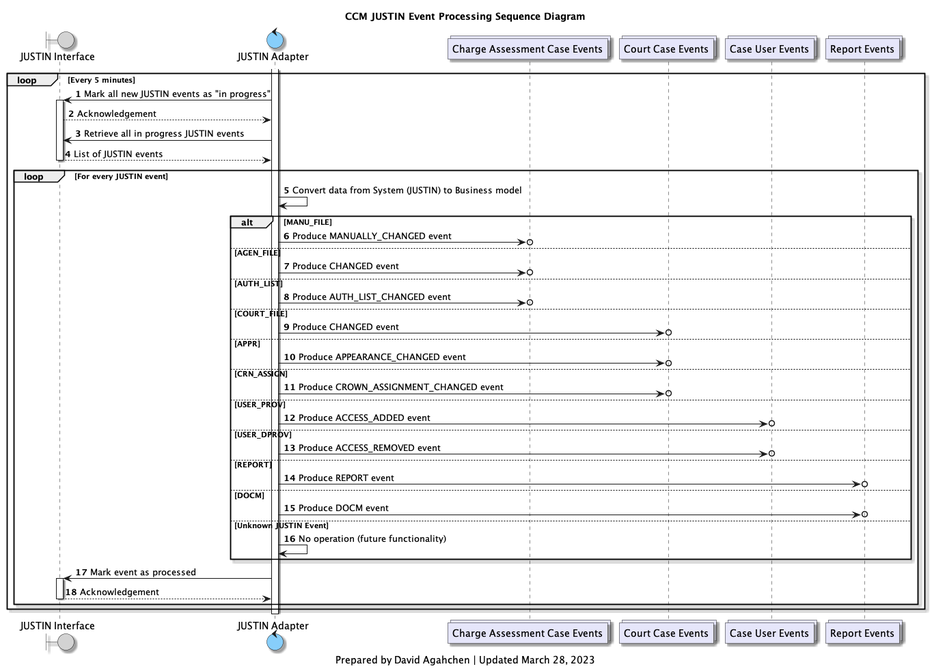
The PlantUML diagram diagrams/img/ccm_justin_event_processing_sequence_diagram.png in bcgov/jpss-jade-ccm, before a commit.
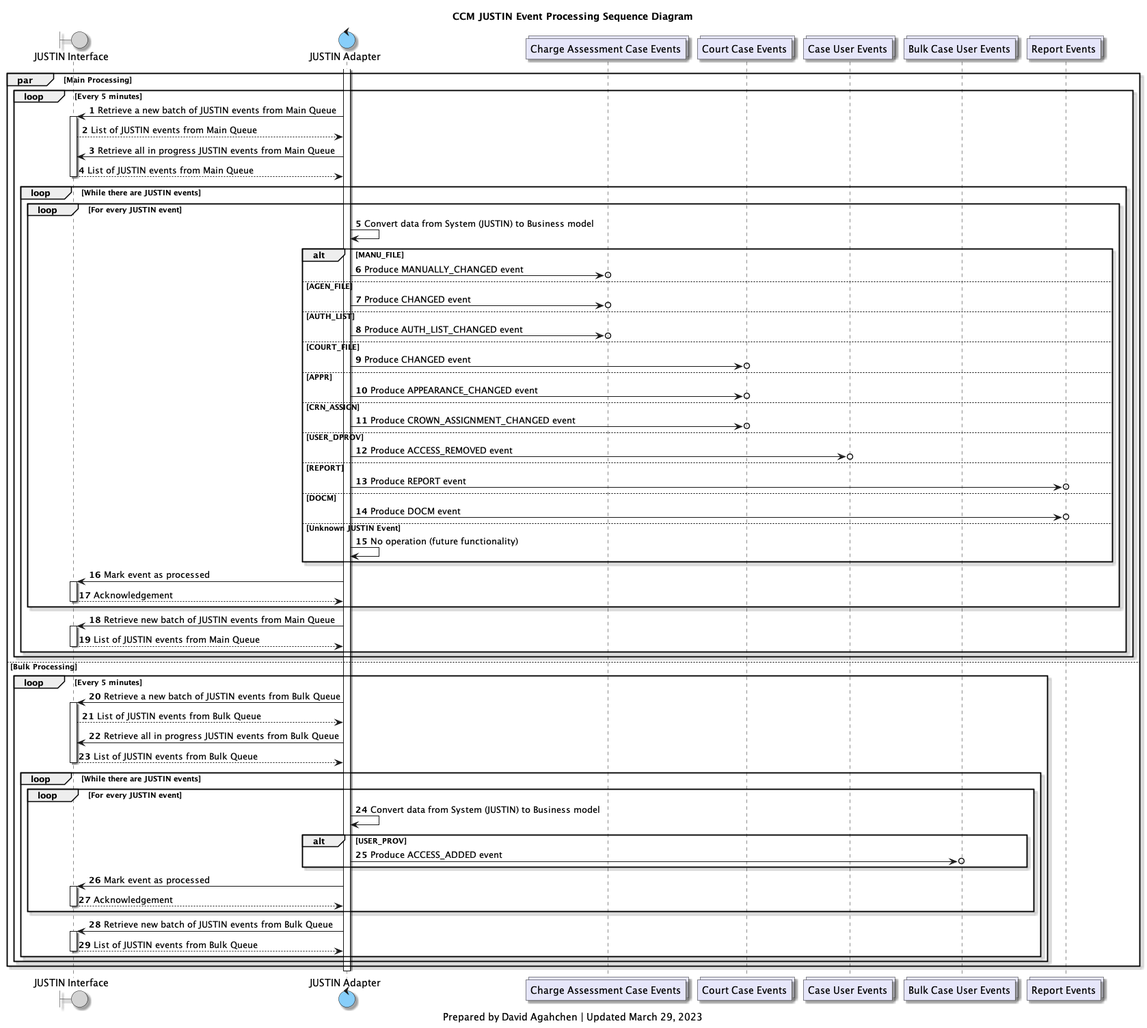
Above is the later version.

Diff of the diagram source:
```diff
@@ -11,6 +11,7 @@
 collections charge_assessment_cases_topic as "Charge Assessment Case Events"
 collections court_cases_topic as "Court Case Events"
 collections case_users_topic as "Case User Events"
+collections bulk_case_users_topic as "Bulk Case User Events"
 collections reports_topic as "Report Events"
 
 title
@@ -20,47 +21,87 @@
 autonumber
 
 activate j_adapter
-loop Every 5 minutes
-    j_adapter-> j_interface: Mark all new JUSTIN events as "in progress"
-    activate j_interface
-    j_interface --> j_adapter: Acknowledgement
-    j_adapter-> j_interface: Retrieve all in progress JUSTIN events
-    j_interface --> j_adapter: List of JUSTIN events
-    deactivate j_interface
-    loop For every JUSTIN event
-        j_adapter -> j_adapter: Convert data from System (JUSTIN) to Business model
-        alt MANU_FILE
-            j_adapter ->o charge_assessment_cases_topic: Produce MANUALLY_CHANGED event
-        else AGEN_FILE
-            j_adapter ->o charge_assessment_cases_topic: Produce CHANGED event
-        else AUTH_LIST
-            j_adapter ->o charge_assessment_cases_topic: Produce AUTH_LIST_CHANGED event
-        else COURT_FILE
-            j_adapter ->o court_cases_topic: Produce CHANGED event
-        else APPR
-            j_adapter ->o court_cases_topic: Produce APPEARANCE_CHANGED event
-        else CRN_ASSIGN
-            j_adapter ->o court_cases_topic: Produce CROWN_ASSIGNMENT_CHANGED event
-        else USER_PROV
-            j_adapter ->o case_users_topic: Produce ACCESS_ADDED event
-        else USER_DPROV
-            j_adapter ->o case_users_topic: Produce ACCESS_REMOVED event
-        else REPORT
-            j_adapter ->o reports_topic: Produce REPORT event
-        else DOCM
-            j_adapter ->o reports_topic: Produce DOCM event
-        else Unknown JUSTIN Event
-            j_adapter -> j_adapter: No operation (future functionality)
+
+par Main Processing
+
+    loop Every 5 minutes
+        j_adapter-> j_interface: Retrieve a new batch of JUSTIN events from Main Queue
+        activate j_interface
+        j_interface --> j_adapter: List of JUSTIN events from Main Queue
+        j_adapter-> j_interface: Retrieve all in progress JUSTIN events from Main Queue
+        j_interface --> j_adapter: List of JUSTIN events from Main Queue
+        deactivate j_interface
+
+        loop While there are JUSTIN events
+            loop For every JUSTIN event
+                j_adapter -> j_adapter: Convert data from System (JUSTIN) to Business model
+                alt MANU_FILE
+                    j_adapter ->o charge_assessment_cases_topic: Produce MANUALLY_CHANGED event
+                else AGEN_FILE
+                    j_adapter ->o charge_assessment_cases_topic: Produce CHANGED event
+                else AUTH_LIST
+                    j_adapter ->o charge_assessment_cases_topic: Produce AUTH_LIST_CHANGED event
+                else COURT_FILE
+                    j_adapter ->o court_cases_topic: Produce CHANGED event
+                else APPR
+                    j_adapter ->o court_cases_topic: Produce APPEARANCE_CHANGED event
+                else CRN_ASSIGN
+                    j_adapter ->o court_cases_topic: Produce CROWN_ASSIGNMENT_CHANGED event
+                else USER_DPROV
+                    j_adapter ->o case_users_topic: Produce ACCESS_REMOVED event
+                else REPORT
+                    j_adapter ->o reports_topic: Produce REPORT event
+                else DOCM
+                    j_adapter ->o reports_topic: Produce DOCM event
+                else Unknown JUSTIN Event
+                    j_adapter -> j_adapter: No operation (future functionality)
+                end
+                j_adapter -> j_interface: Mark event as processed
+                activate j_interface
+                j_interface --> j_adapter: Acknowledgement
+                deactivate j_interface
+            end
+
+            j_adapter-> j_interface: Retrieve new batch of JUSTIN events from Main Queue
+            activate j_interface
+            j_interface --> j_adapter: List of JUSTIN events from Main Queue
+            deactivate j_interface
         end
-        j_adapter -> j_interface: Mark event as processed
+    end
+
+else Bulk Processing
+
+    loop Every 5 minutes
+        j_adapter-> j_interface: Retrieve a new batch of JUSTIN events from Bulk Queue
         activate j_interface
-        j_interface --> j_adapter: Acknowledgement
+        j_interface --> j_adapter: List of JUSTIN events from Bulk Queue
+        j_adapter-> j_interface: Retrieve all in progress JUSTIN events from Bulk Queue
+        j_interface --> j_adapter: List of JUSTIN events from Bulk Queue
         deactivate j_interface
+
+        loop While there are JUSTIN events
+            loop For every JUSTIN event
+                j_adapter -> j_adapter: Convert data from System (JUSTIN) to Business model
+                alt USER_PROV
+                    j_adapter ->o bulk_case_users_topic: Produce ACCESS_ADDED event
+                end
+                j_adapter -> j_interface: Mark event as processed
+                activate j_interface
+                j_interface --> j_adapter: Acknowledgement
+                deactivate j_interface
+            end
+
+            j_adapter-> j_interface: Retrieve new batch of JUSTIN events from Bulk Queue
+            activate j_interface
+            j_interface --> j_adapter: List of JUSTIN events from Bulk Queue
+            deactivate j_interface
+        end
     end
+
 end
 deactivate j_adapter
 
 caption
-Prepared by David Agahchen | Updated March 28, 2023
+Prepared by David Agahchen | Updated March 29, 2023
 end caption
 @enduml
```
